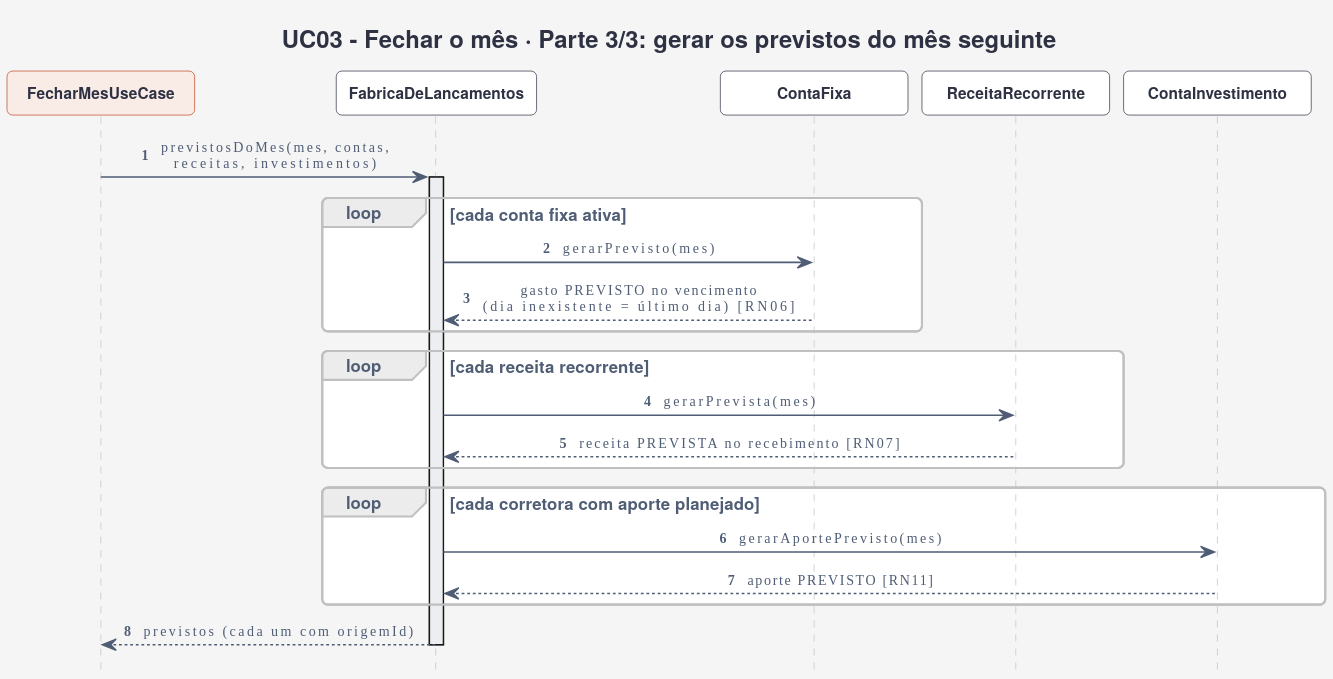
Above: docs/uml/sequencia-uc03-3-previstos.svg in gabrielfbarbosa/gasto-certo (PlantUML), before the change. Source of this version:
```plantuml
@startuml
!include estilo.iuml
hide footbox
hide <<foco>> stereotype
autonumber "<b>0"
title UC03 - Fechar o mês · Parte 3/3: gerar os previstos do mês seguinte

participant "FecharMesUseCase" as UC <<foco>>
participant "FabricaDeLancamentos" as Fab
participant "ContaFixa" as CF
participant "ReceitaRecorrente" as RR
participant "ContaInvestimento" as CI

UC -> Fab : previstosDoMes(mes, contas,\nreceitas, investimentos)
activate Fab
loop cada conta fixa ativa
  Fab -> CF : gerarPrevisto(mes)
  CF --> Fab : gasto PREVISTO no vencimento\n(dia inexistente = último dia) [RN06]
end
loop cada receita recorrente
  Fab -> RR : gerarPrevista(mes)
  RR --> Fab : receita PREVISTA no recebimento [RN07]
end
loop cada corretora com aporte planejado
  Fab -> CI : gerarAportePrevisto(mes)
  CI --> Fab : aporte PREVISTO [RN11]
end
Fab --> UC : previstos (cada um com origemId)
deactivate Fab
@enduml
```
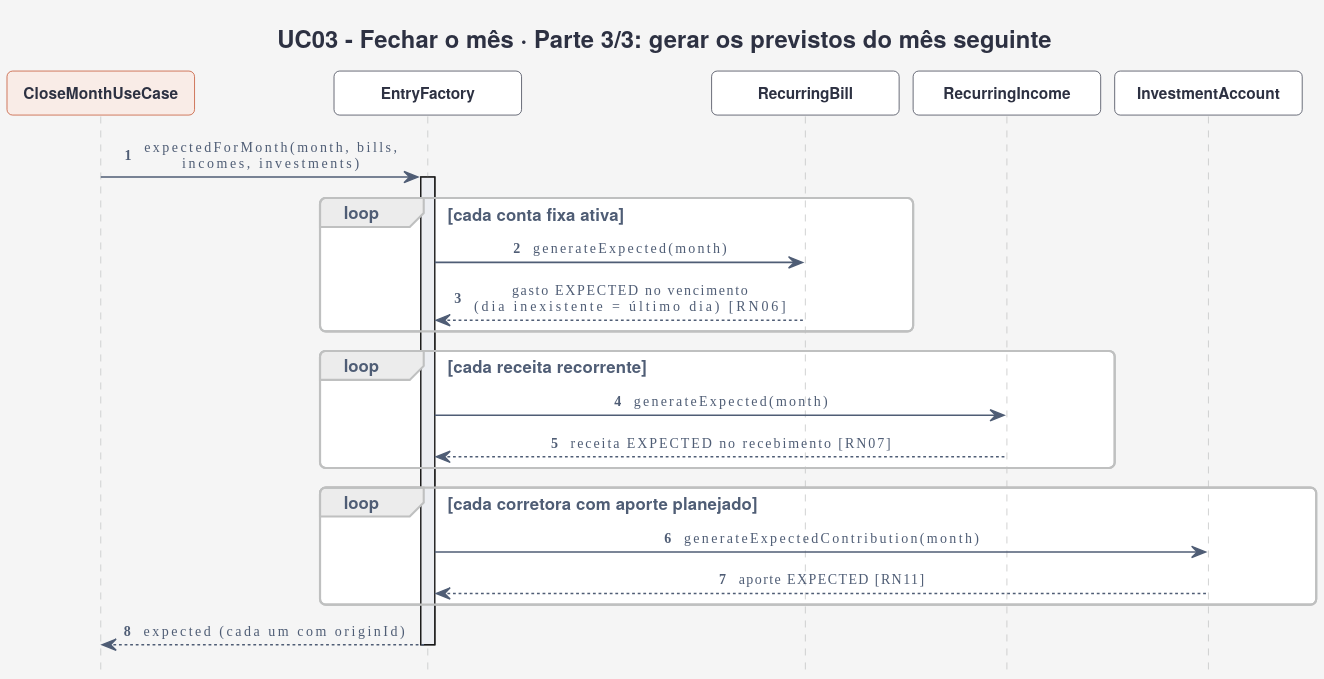
After the commit.

Change to the diagram source:
```diff
@@ -5,26 +5,26 @@
 autonumber "<b>0"
 title UC03 - Fechar o mês · Parte 3/3: gerar os previstos do mês seguinte
 
-participant "FecharMesUseCase" as UC <<foco>>
-participant "FabricaDeLancamentos" as Fab
-participant "ContaFixa" as CF
-participant "ReceitaRecorrente" as RR
-participant "ContaInvestimento" as CI
+participant "CloseMonthUseCase" as UC <<foco>>
+participant "EntryFactory" as Fab
+participant "RecurringBill" as CF
+participant "RecurringIncome" as RR
+participant "InvestmentAccount" as CI
 
-UC -> Fab : previstosDoMes(mes, contas,\nreceitas, investimentos)
+UC -> Fab : expectedForMonth(month, bills,\nincomes, investments)
 activate Fab
 loop cada conta fixa ativa
-  Fab -> CF : gerarPrevisto(mes)
-  CF --> Fab : gasto PREVISTO no vencimento\n(dia inexistente = último dia) [RN06]
+  Fab -> CF : generateExpected(month)
+  CF --> Fab : gasto EXPECTED no vencimento\n(dia inexistente = último dia) [RN06]
 end
 loop cada receita recorrente
-  Fab -> RR : gerarPrevista(mes)
-  RR --> Fab : receita PREVISTA no recebimento [RN07]
+  Fab -> RR : generateExpected(month)
+  RR --> Fab : receita EXPECTED no recebimento [RN07]
 end
 loop cada corretora com aporte planejado
-  Fab -> CI : gerarAportePrevisto(mes)
-  CI --> Fab : aporte PREVISTO [RN11]
+  Fab -> CI : generateExpectedContribution(month)
+  CI --> Fab : aporte EXPECTED [RN11]
 end
-Fab --> UC : previstos (cada um com origemId)
+Fab --> UC : expected (cada um com originId)
 deactivate Fab
 @enduml
```
